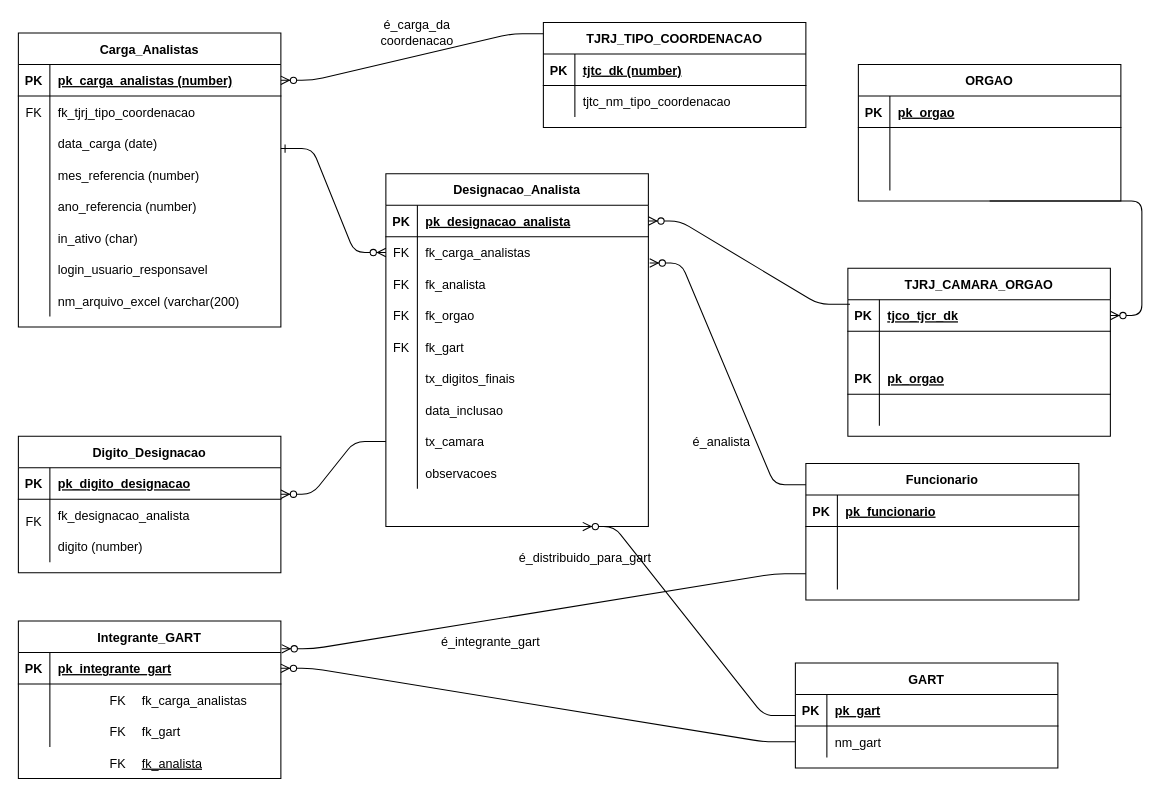
Earlier version of the draw.io diagram Distribuicao_Analistas_2a_Inst.drawio (gugahh/diagramasmprj). Source tidied: cells renumbered, new cells numbered last; positions are measured from the earlier drawing's top-left corner, leaving out a move shared by most shapes. Both pictures are drawn from the tidied source at 105%, with x=0, y=0 at pixel (18, 22).
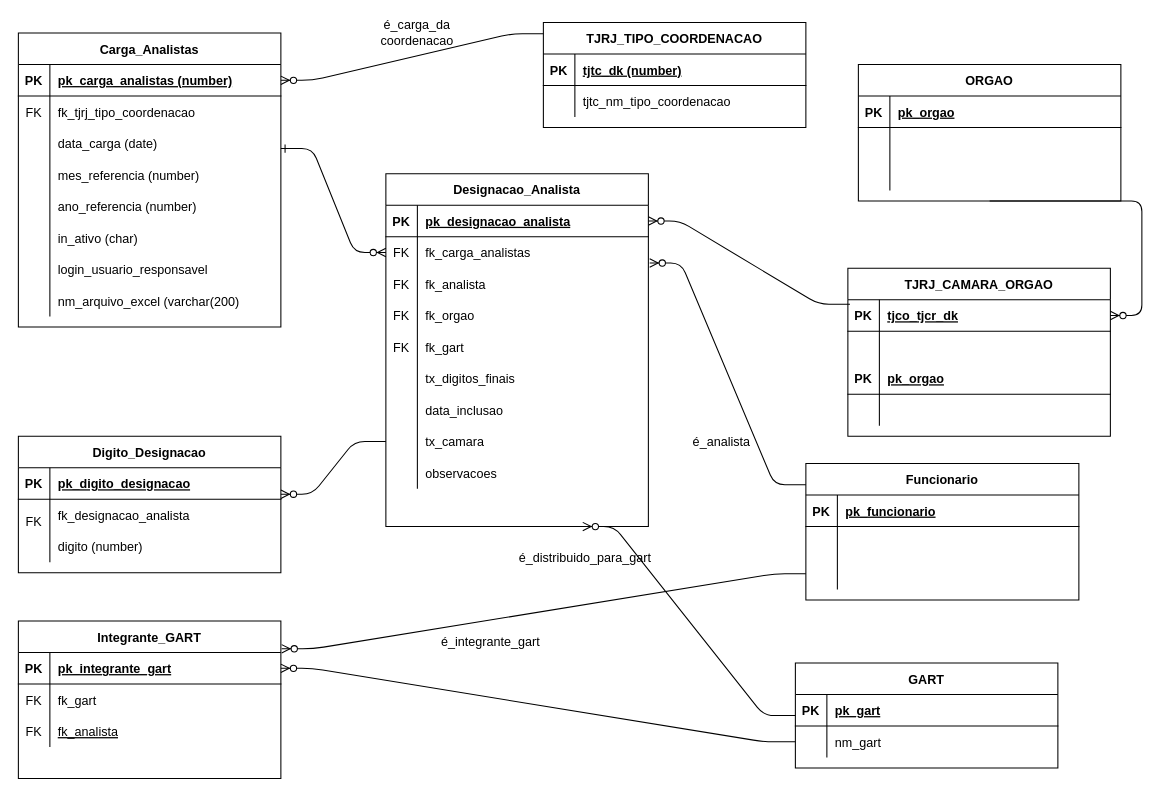
Above is the later version.

Diff of the diagram source:
```diff
@@
     <mxCell id="95" value="fk_analista" style="shape=partialRectangle;overflow=hidden;fillColor=none;top=0;left=0;bottom=0;right=0;align=left;spacingLeft=6;fontStyle=4;" parent="1" vertex="1">
-      <mxGeometry x="110" y="690" width="230" height="30" as="geometry" />
+      <mxGeometry x="30" y="660" width="220" height="30" as="geometry" />
     </mxCell>
@@
-    <mxCell id="97" value="fk_carga_analistas" style="shape=partialRectangle;overflow=hidden;fillColor=none;top=0;left=0;bottom=0;right=0;align=left;spacingLeft=6;" parent="1" vertex="1">
-      <mxGeometry x="110" y="630" width="220" height="30" as="geometry" />
-    </mxCell>
-    <mxCell id="98" value="FK" style="shape=partialRectangle;overflow=hidden;fillColor=none;top=0;left=0;bottom=0;right=0;" parent="1" vertex="1">
-      <mxGeometry x="80" y="630" width="30" height="30" as="geometry" />
-    </mxCell>
     <mxCell id="99" value="fk_gart" style="shape=partialRectangle;overflow=hidden;fillColor=none;top=0;left=0;bottom=0;right=0;align=left;spacingLeft=6;" parent="1" vertex="1">
-      <mxGeometry x="110" y="660" width="220" height="30" as="geometry" />
+      <mxGeometry x="30" y="630" width="220" height="30" as="geometry" />
     </mxCell>
     <mxCell id="100" value="FK" style="shape=partialRectangle;overflow=hidden;fillColor=none;top=0;left=0;bottom=0;right=0;" parent="1" vertex="1">
-      <mxGeometry x="80" y="660" width="30" height="30" as="geometry" />
+      <mxGeometry y="630" width="30" height="30" as="geometry" />
     </mxCell>
     <mxCell id="101" value="FK" style="shape=partialRectangle;overflow=hidden;fillColor=none;top=0;left=0;bottom=0;right=0;" parent="1" vertex="1">
-      <mxGeometry x="80" y="690" width="30" height="30" as="geometry" />
+      <mxGeometry y="660" width="30" height="30" as="geometry" />
     </mxCell>
```
